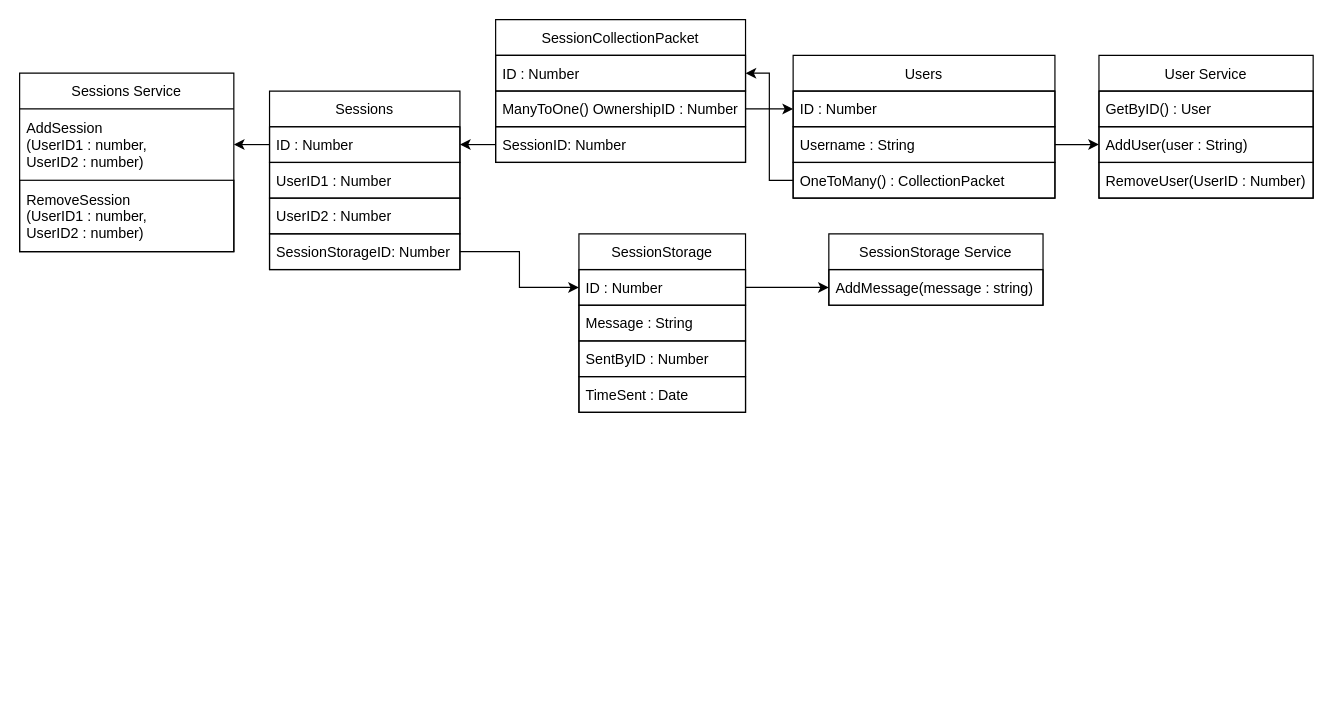
DavidDawood/ChatEngine-API keeps this draw.io diagram as ChatEngine-API/planner.drawio. Above is the earlier version. Source tidied: cells renumbered, new cells numbered last; positions are measured from the earlier drawing's top-left corner, leaving out a move shared by most shapes. Both pictures are drawn from the tidied source at 119%, with x=0, y=0 at pixel (19, 19).
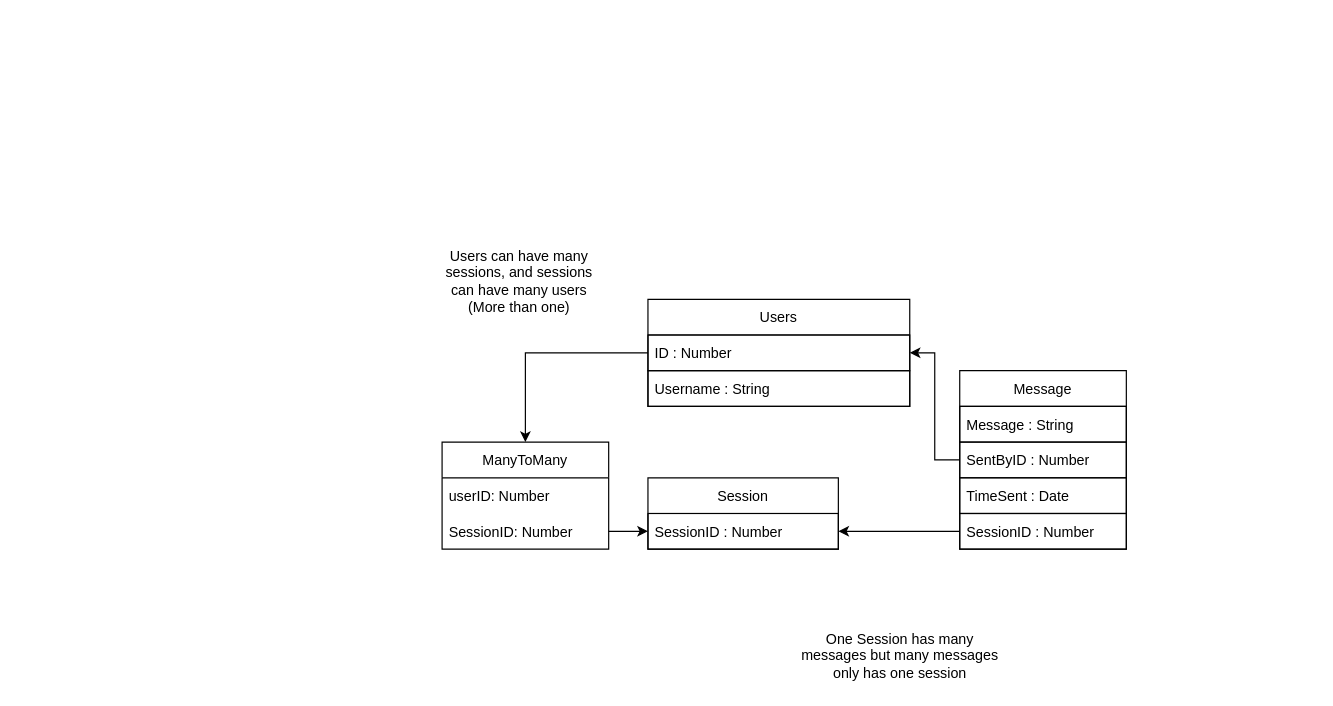
The same page after the edit.

The change refers to these unchanged cells:
```xml
<mxCell id="3" value="ID : Number" style="text;strokeColor=default;fillColor=none;align=left;verticalAlign=middle;spacingLeft=4;spacingRight=4;overflow=hidden;points=[[0,0.5],[1,0.5]];portConstraint=eastwest;" parent="2" vertex="1">
  <mxGeometry y="30" width="220" height="30" as="geometry" />
</mxCell>
<mxCell id="4" value="Username : String" style="text;strokeColor=default;fillColor=none;align=left;verticalAlign=middle;spacingLeft=4;spacingRight=4;overflow=hidden;points=[[0,0.5],[1,0.5]];portConstraint=eastwest;" parent="2" vertex="1">
  <mxGeometry y="60" width="220" height="30" as="geometry" />
</mxCell>
```

Change to the diagram source:
```diff
@@
     <mxCell id="2" value="Users" style="swimlane;fontStyle=0;horizontal=1;startSize=30;strokeColor=default;" parent="1" vertex="1">
-      <mxGeometry x="650" y="30" width="220" height="120" as="geometry" />
+      <mxGeometry x="528" y="235" width="220" height="90" as="geometry" />
     </mxCell>
@@
-    <mxCell id="5" value="OneToMany() : CollectionPacket" style="text;strokeColor=default;fillColor=none;align=left;verticalAlign=middle;spacingLeft=4;spacingRight=4;overflow=hidden;points=[[0,0.5],[1,0.5]];portConstraint=eastwest;" parent="2" vertex="1">
-      <mxGeometry y="90" width="220" height="30" as="geometry" />
-    </mxCell>
-    <mxCell id="6" value="SessionStorage" style="swimlane;fontStyle=0;horizontal=1;startSize=30;strokeColor=default;" parent="1" vertex="1">
-      <mxGeometry x="470" y="180" width="140" height="150" as="geometry" />
+    <mxCell id="6" value="Message" style="swimlane;fontStyle=0;horizontal=1;startSize=30;strokeColor=default;" parent="1" vertex="1">
+      <mxGeometry x="790" y="295" width="140" height="150" as="geometry" />
     </mxCell>
-    <mxCell id="7" value="ID : Number" style="text;strokeColor=default;fillColor=none;align=left;verticalAlign=middle;spacingLeft=4;spacingRight=4;overflow=hidden;points=[[0,0.5],[1,0.5]];portConstraint=eastwest;" parent="6" vertex="1">
-      <mxGeometry y="30" width="140" height="30" as="geometry" />
-    </mxCell>
     <mxCell id="8" value="Message : String" style="text;strokeColor=default;fillColor=none;align=left;verticalAlign=middle;spacingLeft=4;spacingRight=4;overflow=hidden;" parent="6" vertex="1">
-      <mxGeometry y="60" width="140" height="30" as="geometry" />
+      <mxGeometry y="30" width="140" height="30" as="geometry" />
     </mxCell>
     <mxCell id="9" value="SentByID : Number" style="text;strokeColor=default;fillColor=none;align=left;verticalAlign=middle;spacingLeft=4;spacingRight=4;overflow=hidden;points=[[0,0.5],[1,0.5]];portConstraint=eastwest;" parent="6" vertex="1">
-      <mxGeometry y="90" width="140" height="30" as="geometry" />
+      <mxGeometry y="60" width="140" height="30" as="geometry" />
     </mxCell>
     <mxCell id="10" value="TimeSent : Date" style="text;strokeColor=default;fillColor=none;align=left;verticalAlign=middle;spacingLeft=4;spacingRight=4;overflow=hidden;" parent="6" vertex="1">
-      <mxGeometry y="120" width="140" height="30" as="geometry" />
+      <mxGeometry y="90" width="140" height="30" as="geometry" />
     </mxCell>
+    <mxCell id="36" value="SessionID : Number" style="text;strokeColor=default;fillColor=none;align=left;verticalAlign=middle;spacingLeft=4;spacingRight=4;overflow=hidden;points=[[0,0.5],[1,0.5]];portConstraint=eastwest;" parent="6" vertex="1">
+      <mxGeometry y="120" width="140" height="30" as="geometry" />
+    </mxCell>
-    <mxCell id="11" value="Sessions" style="swimlane;fontStyle=0;horizontal=1;startSize=30;" parent="1" vertex="1">
-      <mxGeometry x="210" y="60" width="160" height="150" as="geometry" />
+    <mxCell id="11" value="Session" style="swimlane;fontStyle=0;horizontal=1;startSize=30;" parent="1" vertex="1">
+      <mxGeometry x="528" y="385" width="160" height="60" as="geometry" />
     </mxCell>
-    <mxCell id="12" value="ID : Number" style="text;strokeColor=default;fillColor=none;align=left;verticalAlign=middle;spacingLeft=4;spacingRight=4;overflow=hidden;points=[[0,0.5],[1,0.5]];portConstraint=eastwest;" parent="11" vertex="1">
+    <mxCell id="12" value="SessionID : Number" style="text;strokeColor=default;fillColor=none;align=left;verticalAlign=middle;spacingLeft=4;spacingRight=4;overflow=hidden;points=[[0,0.5],[1,0.5]];portConstraint=eastwest;" parent="11" vertex="1">
       <mxGeometry y="30" width="160" height="30" as="geometry" />
     </mxCell>
-    <mxCell id="13" value="UserID1 : Number" style="text;strokeColor=default;fillColor=none;align=left;verticalAlign=middle;spacingLeft=4;spacingRight=4;overflow=hidden;" parent="11" vertex="1">
-      <mxGeometry y="60" width="160" height="30" as="geometry" />
-    </mxCell>
-    <mxCell id="14" value="UserID2 : Number" style="text;strokeColor=default;fillColor=none;align=left;verticalAlign=middle;spacingLeft=4;spacingRight=4;overflow=hidden;" parent="11" vertex="1">
-      <mxGeometry y="90" width="160" height="30" as="geometry" />
-    </mxCell>
-    <mxCell id="15" value="SessionStorageID: Number" style="text;strokeColor=default;fillColor=none;align=left;verticalAlign=middle;spacingLeft=4;spacingRight=4;overflow=hidden;points=[[0,0.5],[1,0.5]];portConstraint=eastwest;" parent="11" vertex="1">
-      <mxGeometry y="120" width="160" height="30" as="geometry" />
-    </mxCell>
-    <mxCell id="16" style="edgeStyle=orthogonalEdgeStyle;rounded=0;jettySize=auto;html=1;exitX=1;exitY=0.5;exitDx=0;exitDy=0;entryX=0;entryY=0.5;entryDx=0;entryDy=0;strokeColor=default;" parent="1" edge="1" source="15" target="7">
-      <mxGeometry relative="1" as="geometry" />
-    </mxCell>
-    <mxCell id="17" value="User Service" style="swimlane;fontStyle=0;horizontal=1;startSize=30;strokeColor=default;" parent="1" vertex="1">
-      <mxGeometry x="907" y="30" width="180" height="120" as="geometry" />
-    </mxCell>
-    <mxCell id="18" value="GetByID() : User" style="text;strokeColor=default;fillColor=none;align=left;verticalAlign=middle;spacingLeft=4;spacingRight=4;overflow=hidden;" parent="17" vertex="1">
-      <mxGeometry y="30" width="180" height="30" as="geometry" />
-    </mxCell>
-    <mxCell id="19" value="AddUser(user : String)" style="text;strokeColor=default;fillColor=none;align=left;verticalAlign=middle;spacingLeft=4;spacingRight=4;overflow=hidden;points=[[0,0.5],[1,0.5]];portConstraint=eastwest;" parent="17" vertex="1">
-      <mxGeometry y="60" width="180" height="30" as="geometry" />
-    </mxCell>
-    <mxCell id="20" value="RemoveUser(UserID : Number)" style="text;strokeColor=default;fillColor=none;align=left;verticalAlign=middle;spacingLeft=4;spacingRight=4;overflow=hidden;" parent="17" vertex="1">
-      <mxGeometry y="90" width="180" height="30" as="geometry" />
-    </mxCell>
-    <mxCell id="21" style="edgeStyle=orthogonalEdgeStyle;rounded=0;jettySize=auto;html=1;exitX=1;exitY=0.5;exitDx=0;exitDy=0;entryX=0;entryY=0.5;entryDx=0;entryDy=0;strokeColor=default;" parent="1" edge="1" source="4" target="19">
-      <mxGeometry relative="1" as="geometry" />
-    </mxCell>
-    <mxCell id="22" value="SessionStorage Service" style="swimlane;fontStyle=0;horizontal=1;startSize=30;strokeColor=default;" parent="1" vertex="1">
-      <mxGeometry x="680" y="180" width="180" height="60" as="geometry" />
-    </mxCell>
-    <mxCell id="23" value="AddMessage(message : string)" style="text;strokeColor=default;fillColor=none;align=left;verticalAlign=middle;spacingLeft=4;spacingRight=4;overflow=hidden;points=[[0,0.5],[1,0.5]];portConstraint=eastwest;" parent="22" vertex="1">
-      <mxGeometry y="30" width="180" height="30" as="geometry" />
-    </mxCell>
-    <mxCell id="24" style="edgeStyle=orthogonalEdgeStyle;rounded=0;jettySize=auto;html=1;exitX=1;exitY=0.5;exitDx=0;exitDy=0;entryX=0;entryY=0.5;entryDx=0;entryDy=0;strokeColor=default;" parent="1" edge="1" source="7" target="23">
-      <mxGeometry relative="1" as="geometry" />
-    </mxCell>
-    <mxCell id="25" value="Sessions Service" style="swimlane;fontStyle=0;horizontal=1;startSize=30;" parent="1" vertex="1">
-      <mxGeometry y="45" width="180" height="150" as="geometry" />
-    </mxCell>
-    <mxCell id="26" value="AddSession&#10;(UserID1 : number,&#10;UserID2 : number)" style="text;strokeColor=none;fillColor=none;align=left;verticalAlign=middle;spacingLeft=4;spacingRight=4;overflow=hidden;points=[[0,0.5],[1,0.5]];portConstraint=eastwest;" parent="25" vertex="1">
-      <mxGeometry y="30" width="180" height="60" as="geometry" />
-    </mxCell>
-    <mxCell id="27" value="RemoveSession&#10;(UserID1 : number,&#10;UserID2 : number)" style="text;strokeColor=default;fillColor=none;align=left;verticalAlign=middle;spacingLeft=4;spacingRight=4;overflow=hidden;" parent="25" vertex="1">
-      <mxGeometry y="90" width="180" height="60" as="geometry" />
-    </mxCell>
-    <mxCell id="28" style="edgeStyle=orthogonalEdgeStyle;rounded=0;jettySize=auto;html=1;exitX=0;exitY=0.5;exitDx=0;exitDy=0;entryX=1;entryY=0.5;entryDx=0;entryDy=0;" parent="1" edge="1" source="12" target="26">
-      <mxGeometry relative="1" as="geometry" />
-    </mxCell>
-    <mxCell id="29" value="SessionCollectionPacket" style="swimlane;fontStyle=0;horizontal=1;startSize=30;" parent="1" vertex="1">
-      <mxGeometry x="400" width="210" height="120" as="geometry" />
-    </mxCell>
-    <mxCell id="30" value="ID : Number" style="text;strokeColor=default;fillColor=none;align=left;verticalAlign=middle;spacingLeft=4;spacingRight=4;overflow=hidden;points=[[0,0.5],[1,0.5]];portConstraint=eastwest;" parent="29" vertex="1">
-      <mxGeometry y="30" width="210" height="30" as="geometry" />
-    </mxCell>
-    <mxCell id="31" value="ManyToOne() OwnershipID : Number" style="text;strokeColor=default;fillColor=none;align=left;verticalAlign=middle;spacingLeft=4;spacingRight=4;overflow=hidden;points=[[0,0.5],[1,0.5]];portConstraint=eastwest;" parent="29" vertex="1">
-      <mxGeometry y="60" width="210" height="30" as="geometry" />
-    </mxCell>
+    <mxCell id="37" style="edgeStyle=orthogonalEdgeStyle;rounded=0;jettySize=auto;html=1;exitX=0;exitY=0.5;exitDx=0;exitDy=0;entryX=1;entryY=0.5;entryDx=0;entryDy=0;" parent="1" edge="1" source="9" target="3">
+      <mxGeometry relative="1" as="geometry" />
+    </mxCell>
+    <mxCell id="38" value="ManyToMany" style="swimlane;fontStyle=0;horizontal=1;startSize=30;" parent="1" vertex="1">
+      <mxGeometry x="355" y="355" width="140" height="90" as="geometry" />
+    </mxCell>
+    <mxCell id="39" value="userID: Number" style="text;strokeColor=none;fillColor=none;align=left;verticalAlign=middle;spacingLeft=4;spacingRight=4;overflow=hidden;" parent="38" vertex="1">
+      <mxGeometry y="30" width="140" height="30" as="geometry" />
+    </mxCell>
-    <mxCell id="32" value="SessionID: Number" style="text;strokeColor=default;fillColor=none;align=left;verticalAlign=middle;spacingLeft=4;spacingRight=4;overflow=hidden;points=[[0,0.5],[1,0.5]];portConstraint=eastwest;" parent="29" vertex="1">
-      <mxGeometry y="90" width="210" height="30" as="geometry" />
+    <mxCell id="32" value="SessionID: Number" style="text;strokeColor=none;fillColor=none;align=left;verticalAlign=middle;spacingLeft=4;spacingRight=4;overflow=hidden;points=[[0,0.5],[1,0.5]];portConstraint=eastwest;" parent="38" vertex="1">
+      <mxGeometry y="60" width="140" height="30" as="geometry" />
     </mxCell>
-    <mxCell id="33" style="edgeStyle=orthogonalEdgeStyle;rounded=0;jettySize=auto;html=1;exitX=1;exitY=0.5;exitDx=0;exitDy=0;entryX=0;entryY=0.5;entryDx=0;entryDy=0;" parent="1" edge="1" source="31" target="3">
-      <mxGeometry relative="1" as="geometry" />
-    </mxCell>
-    <mxCell id="34" style="edgeStyle=orthogonalEdgeStyle;rounded=0;jettySize=auto;html=1;exitX=0;exitY=0.5;exitDx=0;exitDy=0;entryX=1;entryY=0.5;entryDx=0;entryDy=0;" parent="1" edge="1" source="5" target="30">
-      <mxGeometry relative="1" as="geometry" />
-    </mxCell>
+    <mxCell id="40" style="edgeStyle=orthogonalEdgeStyle;rounded=0;jettySize=auto;html=1;exitX=0;exitY=0.5;exitDx=0;exitDy=0;entryX=0.5;entryY=0;entryDx=0;entryDy=0;" parent="1" edge="1" source="3" target="38">
+      <mxGeometry relative="1" as="geometry" />
+    </mxCell>
-    <mxCell id="35" style="edgeStyle=orthogonalEdgeStyle;rounded=0;jettySize=auto;html=1;exitX=0;exitY=0.5;exitDx=0;exitDy=0;entryX=1;entryY=0.5;entryDx=0;entryDy=0;" parent="1" edge="1" source="32" target="12">
+    <mxCell id="35" style="edgeStyle=orthogonalEdgeStyle;rounded=0;jettySize=auto;html=1;exitX=1;exitY=0.5;exitDx=0;exitDy=0;entryX=0;entryY=0.5;entryDx=0;entryDy=0;" parent="1" edge="1" source="32" target="12">
       <mxGeometry relative="1" as="geometry" />
     </mxCell>
+    <mxCell id="41" style="edgeStyle=orthogonalEdgeStyle;rounded=0;jettySize=auto;html=1;exitX=0;exitY=0.5;exitDx=0;exitDy=0;entryX=1;entryY=0.5;entryDx=0;entryDy=0;" parent="1" edge="1" source="36" target="12">
+      <mxGeometry relative="1" as="geometry" />
+    </mxCell>
+    <mxCell id="42" value="Users can have many sessions, and sessions can have many users (More than one)" style="text;html=1;strokeColor=none;fillColor=none;align=center;verticalAlign=middle;whiteSpace=wrap;rounded=0;" parent="1" vertex="1">
+      <mxGeometry x="355" y="205" width="130" height="30" as="geometry" />
+    </mxCell>
+    <mxCell id="43" value="One Session has many messages but many messages only has one session" style="text;html=1;strokeColor=none;fillColor=none;align=center;verticalAlign=middle;whiteSpace=wrap;rounded=0;" parent="1" vertex="1">
+      <mxGeometry x="650" y="510" width="180" height="50" as="geometry" />
+    </mxCell>
```
